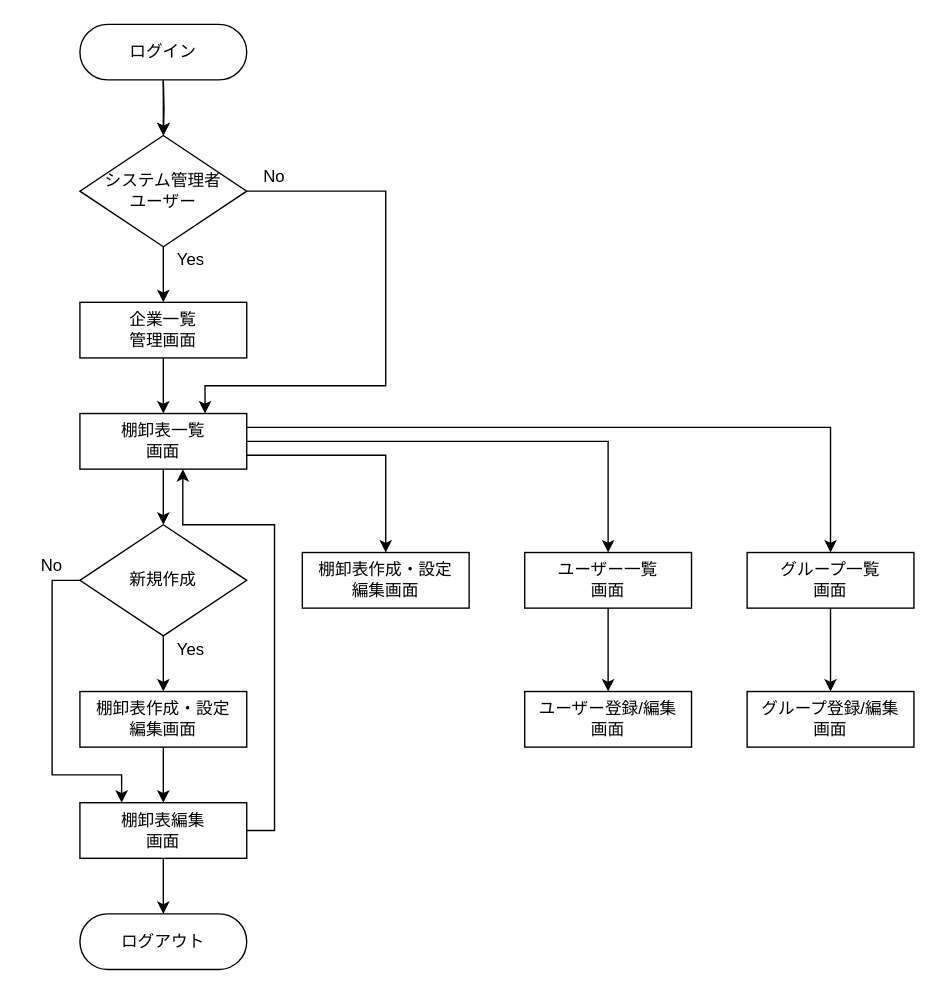
Earlier version of the draw.io diagram 名称未設定ファイル.drawio (yokokawa2625/test_bpm2). Source tidied: cells renumbered, new cells numbered last; positions are measured from the earlier drawing's top-left corner, leaving out a move shared by most shapes. Both pictures are drawn from the tidied source at 139%, with x=0, y=0 at pixel (24, 24).
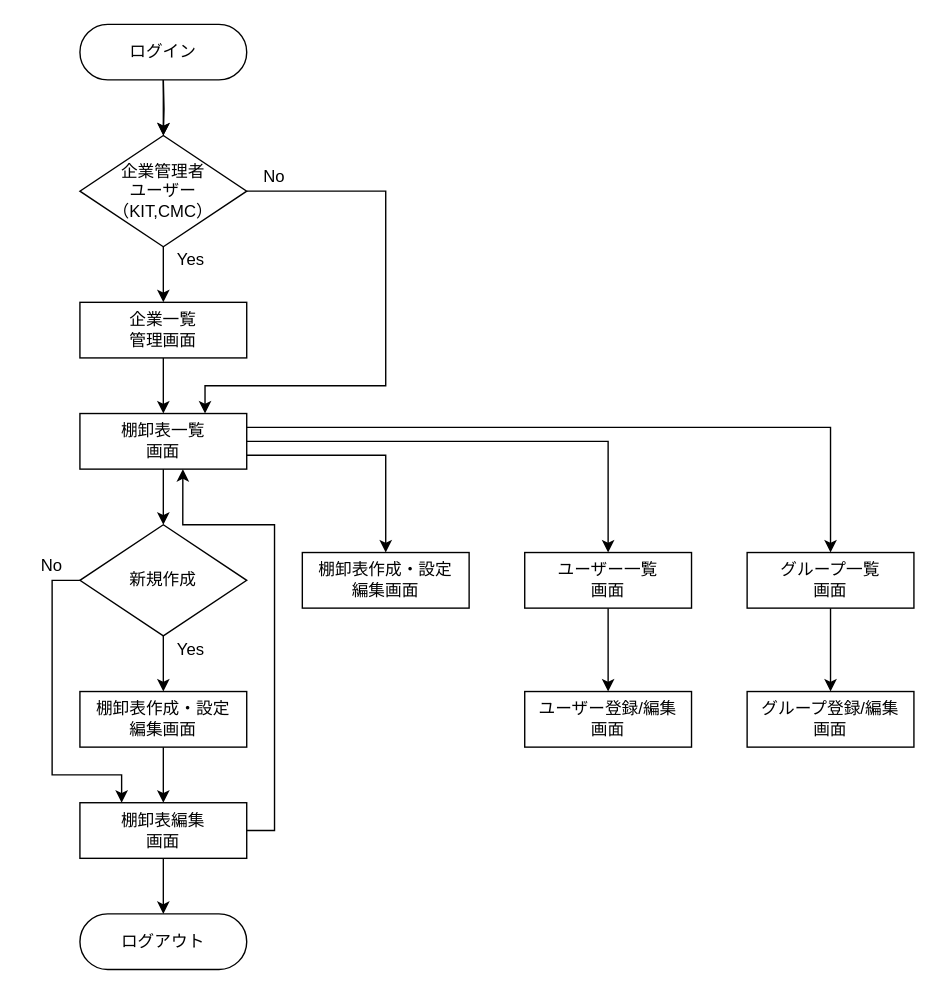
Above is the later version.

Commit message:
名称未設定ファイル.drawio を更新します

What changed in the source:
```diff
@@
-    <mxCell id="19" value="システム管理者&lt;br&gt;ユーザー" style="rhombus;whiteSpace=wrap;html=1;" parent="1" vertex="1">
+    <mxCell id="19" value="企業管理者&lt;br&gt;ユーザー&lt;br&gt;（KIT,CMC）" style="rhombus;whiteSpace=wrap;html=1;" parent="1" vertex="1">
       <mxGeometry x="40" y="80" width="120" height="80" as="geometry" />
     </mxCell>
```
